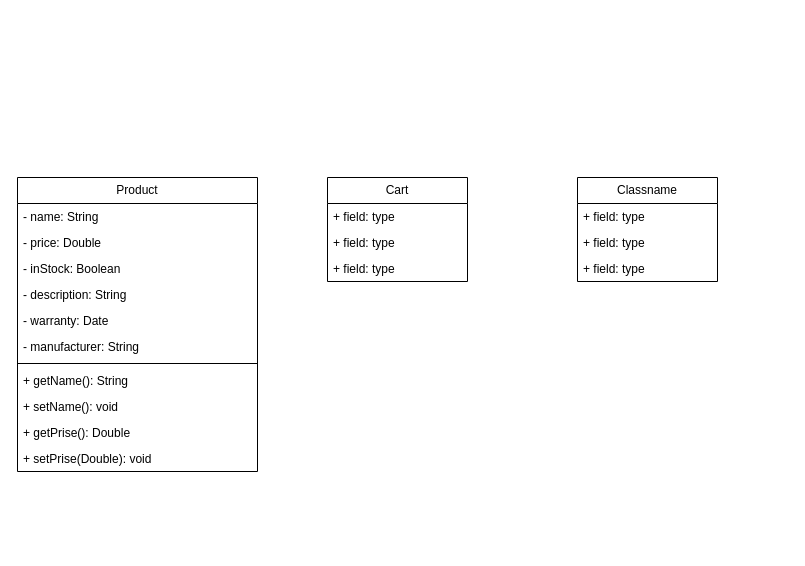
rkaznouski/wallet keeps this draw.io diagram as page "Page-2" (2 of 2) of Untitled Diagram.drawio. Above is the earlier version. Source tidied: cells renumbered, new cells numbered last; positions are measured from the earlier drawing's top-left corner, leaving out a move shared by most shapes. Both pictures are drawn from the tidied source at 100%, with x=0, y=0 at pixel (17, 177).
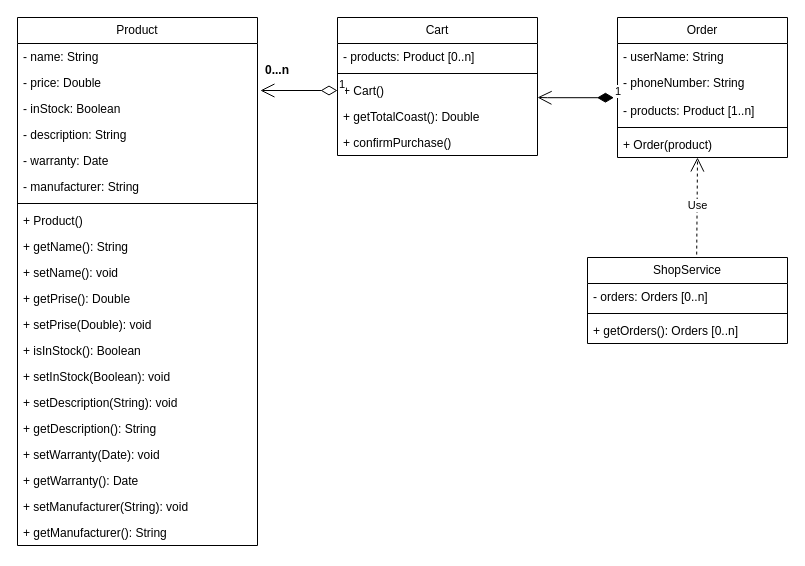
Above is the later version.

Unchanged cells that the change refers to:
```xml
<mxCell id="8" value="- price: Double" style="text;strokeColor=none;fillColor=none;align=left;verticalAlign=top;spacingLeft=4;spacingRight=4;overflow=hidden;points=[[0,0.5],[1,0.5]];portConstraint=eastwest;whiteSpace=wrap;html=1;" parent="6" vertex="1">
  <mxGeometry y="52" width="240" height="26" as="geometry" />
</mxCell>
```

Change to the diagram source:
```diff
@@
     <mxCell id="2" value="Cart" style="swimlane;fontStyle=0;horizontal=1;startSize=26;fillColor=none;whiteSpace=wrap;html=1;" parent="1" vertex="1">
-      <mxGeometry x="310" width="140" height="104" as="geometry" />
+      <mxGeometry x="320" y="-160" width="200" height="138" as="geometry" />
     </mxCell>
-    <mxCell id="3" value="+ field: type" style="text;strokeColor=none;fillColor=none;align=left;verticalAlign=top;spacingLeft=4;spacingRight=4;overflow=hidden;whiteSpace=wrap;html=1;" parent="2" vertex="1">
-      <mxGeometry y="26" width="140" height="26" as="geometry" />
+    <mxCell id="3" value="- products: Product [0..n]" style="text;strokeColor=none;fillColor=none;align=left;verticalAlign=top;spacingLeft=4;spacingRight=4;overflow=hidden;whiteSpace=wrap;html=1;" parent="2" vertex="1">
+      <mxGeometry y="26" width="200" height="26" as="geometry" />
     </mxCell>
+    <mxCell id="22" style="line;strokeWidth=1;fillColor=none;align=left;verticalAlign=middle;spacingTop=-1;spacingLeft=3;spacingRight=3;labelPosition=right;strokeColor=inherit;" parent="2" vertex="1">
+      <mxGeometry y="52" width="200" height="8" as="geometry" />
+    </mxCell>
-    <mxCell id="4" value="+ field: type" style="text;strokeColor=none;fillColor=none;align=left;verticalAlign=top;spacingLeft=4;spacingRight=4;overflow=hidden;points=[[0,0.5],[1,0.5]];portConstraint=eastwest;whiteSpace=wrap;html=1;" parent="2" vertex="1">
-      <mxGeometry y="52" width="140" height="26" as="geometry" />
+    <mxCell id="4" value="+ Cart()" style="text;strokeColor=none;fillColor=none;align=left;verticalAlign=top;spacingLeft=4;spacingRight=4;overflow=hidden;points=[[0,0.5],[1,0.5]];portConstraint=eastwest;whiteSpace=wrap;html=1;" parent="2" vertex="1">
+      <mxGeometry y="60" width="200" height="26" as="geometry" />
     </mxCell>
-    <mxCell id="5" value="+ field: type" style="text;strokeColor=none;fillColor=none;align=left;verticalAlign=top;spacingLeft=4;spacingRight=4;overflow=hidden;whiteSpace=wrap;html=1;" parent="2" vertex="1">
-      <mxGeometry y="78" width="140" height="26" as="geometry" />
+    <mxCell id="5" value="+ getTotalCoast(): Double" style="text;strokeColor=none;fillColor=none;align=left;verticalAlign=top;spacingLeft=4;spacingRight=4;overflow=hidden;whiteSpace=wrap;html=1;" parent="2" vertex="1">
+      <mxGeometry y="86" width="200" height="26" as="geometry" />
     </mxCell>
+    <mxCell id="23" value="+ confirmPurchase()" style="text;strokeColor=none;fillColor=none;align=left;verticalAlign=top;spacingLeft=4;spacingRight=4;overflow=hidden;whiteSpace=wrap;html=1;" parent="2" vertex="1">
+      <mxGeometry y="112" width="200" height="26" as="geometry" />
+    </mxCell>
     <mxCell id="6" value="Product" style="swimlane;fontStyle=0;horizontal=1;startSize=26;fillColor=none;whiteSpace=wrap;html=1;" parent="1" vertex="1">
-      <mxGeometry width="240" height="294" as="geometry" />
+      <mxGeometry y="-160" width="240" height="528" as="geometry" />
     </mxCell>
@@
+    <mxCell id="24" value="+ Product()" style="text;strokeColor=none;fillColor=none;align=left;verticalAlign=top;spacingLeft=4;spacingRight=4;overflow=hidden;whiteSpace=wrap;html=1;" parent="6" vertex="1">
+      <mxGeometry y="190" width="240" height="26" as="geometry" />
+    </mxCell>
     <mxCell id="14" value="+ getName(): String" style="text;strokeColor=none;fillColor=none;align=left;verticalAlign=top;spacingLeft=4;spacingRight=4;overflow=hidden;whiteSpace=wrap;html=1;" parent="6" vertex="1">
-      <mxGeometry y="190" width="240" height="26" as="geometry" />
+      <mxGeometry y="216" width="240" height="26" as="geometry" />
     </mxCell>
     <mxCell id="15" value="+ setName(): void" style="text;strokeColor=none;fillColor=none;align=left;verticalAlign=top;spacingLeft=4;spacingRight=4;overflow=hidden;whiteSpace=wrap;html=1;" parent="6" vertex="1">
-      <mxGeometry y="216" width="240" height="26" as="geometry" />
+      <mxGeometry y="242" width="240" height="26" as="geometry" />
     </mxCell>
     <mxCell id="16" value="+ getPrise(): Double" style="text;strokeColor=none;fillColor=none;align=left;verticalAlign=top;spacingLeft=4;spacingRight=4;overflow=hidden;whiteSpace=wrap;html=1;" parent="6" vertex="1">
-      <mxGeometry y="242" width="240" height="26" as="geometry" />
+      <mxGeometry y="268" width="240" height="26" as="geometry" />
     </mxCell>
     <mxCell id="17" value="+ setPrise(Double): void" style="text;strokeColor=none;fillColor=none;align=left;verticalAlign=top;spacingLeft=4;spacingRight=4;overflow=hidden;whiteSpace=wrap;html=1;" parent="6" vertex="1">
-      <mxGeometry y="268" width="240" height="26" as="geometry" />
+      <mxGeometry y="294" width="240" height="26" as="geometry" />
     </mxCell>
+    <mxCell id="25" value="+ isInStock(): Boolean" style="text;strokeColor=none;fillColor=none;align=left;verticalAlign=top;spacingLeft=4;spacingRight=4;overflow=hidden;whiteSpace=wrap;html=1;" parent="6" vertex="1">
+      <mxGeometry y="320" width="240" height="26" as="geometry" />
+    </mxCell>
+    <mxCell id="26" value="+ setInStock(Boolean): void" style="text;strokeColor=none;fillColor=none;align=left;verticalAlign=top;spacingLeft=4;spacingRight=4;overflow=hidden;whiteSpace=wrap;html=1;" parent="6" vertex="1">
+      <mxGeometry y="346" width="240" height="26" as="geometry" />
+    </mxCell>
+    <mxCell id="27" value="+ setDescription(String): void" style="text;strokeColor=none;fillColor=none;align=left;verticalAlign=top;spacingLeft=4;spacingRight=4;overflow=hidden;whiteSpace=wrap;html=1;" parent="6" vertex="1">
+      <mxGeometry y="372" width="240" height="26" as="geometry" />
+    </mxCell>
+    <mxCell id="28" value="+ getDescription(): String" style="text;strokeColor=none;fillColor=none;align=left;verticalAlign=top;spacingLeft=4;spacingRight=4;overflow=hidden;whiteSpace=wrap;html=1;" parent="6" vertex="1">
+      <mxGeometry y="398" width="240" height="26" as="geometry" />
+    </mxCell>
+    <mxCell id="29" value="+ setWarranty(Date): void" style="text;strokeColor=none;fillColor=none;align=left;verticalAlign=top;spacingLeft=4;spacingRight=4;overflow=hidden;whiteSpace=wrap;html=1;" parent="6" vertex="1">
+      <mxGeometry y="424" width="240" height="26" as="geometry" />
+    </mxCell>
+    <mxCell id="30" value="+ getWarranty(): Date" style="text;strokeColor=none;fillColor=none;align=left;verticalAlign=top;spacingLeft=4;spacingRight=4;overflow=hidden;whiteSpace=wrap;html=1;" parent="6" vertex="1">
+      <mxGeometry y="450" width="240" height="26" as="geometry" />
+    </mxCell>
+    <mxCell id="31" value="+ setManufacturer(String): void" style="text;strokeColor=none;fillColor=none;align=left;verticalAlign=top;spacingLeft=4;spacingRight=4;overflow=hidden;whiteSpace=wrap;html=1;" parent="6" vertex="1">
+      <mxGeometry y="476" width="240" height="26" as="geometry" />
+    </mxCell>
+    <mxCell id="32" value="+ getManufacturer(): String" style="text;strokeColor=none;fillColor=none;align=left;verticalAlign=top;spacingLeft=4;spacingRight=4;overflow=hidden;whiteSpace=wrap;html=1;" parent="6" vertex="1">
+      <mxGeometry y="502" width="240" height="26" as="geometry" />
+    </mxCell>
-    <mxCell id="18" value="Classname" style="swimlane;fontStyle=0;horizontal=1;startSize=26;fillColor=none;whiteSpace=wrap;html=1;" parent="1" vertex="1">
-      <mxGeometry x="560" width="140" height="104" as="geometry" />
+    <mxCell id="18" value="Order" style="swimlane;fontStyle=0;horizontal=1;startSize=26;fillColor=none;whiteSpace=wrap;html=1;" parent="1" vertex="1">
+      <mxGeometry x="600" y="-160" width="170" height="140" as="geometry" />
     </mxCell>
-    <mxCell id="19" value="+ field: type" style="text;strokeColor=none;fillColor=none;align=left;verticalAlign=top;spacingLeft=4;spacingRight=4;overflow=hidden;whiteSpace=wrap;html=1;" parent="18" vertex="1">
-      <mxGeometry y="26" width="140" height="26" as="geometry" />
+    <mxCell id="19" value="- userName: String" style="text;strokeColor=none;fillColor=none;align=left;verticalAlign=top;spacingLeft=4;spacingRight=4;overflow=hidden;whiteSpace=wrap;html=1;" parent="18" vertex="1">
+      <mxGeometry y="26" width="170" height="26" as="geometry" />
     </mxCell>
-    <mxCell id="20" value="+ field: type" style="text;strokeColor=none;fillColor=none;align=left;verticalAlign=top;spacingLeft=4;spacingRight=4;overflow=hidden;whiteSpace=wrap;html=1;" parent="18" vertex="1">
-      <mxGeometry y="52" width="140" height="26" as="geometry" />
+    <mxCell id="20" value="- phoneNumber: String" style="text;strokeColor=none;fillColor=none;align=left;verticalAlign=top;spacingLeft=4;spacingRight=4;overflow=hidden;whiteSpace=wrap;html=1;" parent="18" vertex="1">
+      <mxGeometry y="52" width="170" height="28" as="geometry" />
     </mxCell>
-    <mxCell id="21" value="+ field: type" style="text;strokeColor=none;fillColor=none;align=left;verticalAlign=top;spacingLeft=4;spacingRight=4;overflow=hidden;points=[[0,0.5],[1,0.5]];portConstraint=eastwest;whiteSpace=wrap;html=1;" parent="18" vertex="1">
-      <mxGeometry y="78" width="140" height="26" as="geometry" />
+    <mxCell id="21" value="- products: Product [1..n]" style="text;strokeColor=none;fillColor=none;align=left;verticalAlign=top;spacingLeft=4;spacingRight=4;overflow=hidden;points=[[0,0.5],[1,0.5]];portConstraint=eastwest;whiteSpace=wrap;html=1;" parent="18" vertex="1">
+      <mxGeometry y="80" width="170" height="26" as="geometry" />
     </mxCell>
+    <mxCell id="33" style="line;strokeWidth=1;fillColor=none;align=left;verticalAlign=middle;spacingTop=-1;spacingLeft=3;spacingRight=3;labelPosition=right;strokeColor=inherit;" parent="18" vertex="1">
+      <mxGeometry y="106" width="170" height="8" as="geometry" />
+    </mxCell>
+    <mxCell id="34" value="+ Order(product)" style="text;strokeColor=none;fillColor=none;align=left;verticalAlign=top;spacingLeft=4;spacingRight=4;overflow=hidden;whiteSpace=wrap;html=1;" parent="18" vertex="1">
+      <mxGeometry y="114" width="170" height="26" as="geometry" />
+    </mxCell>
+    <mxCell id="35" value="ShopService" style="swimlane;fontStyle=0;horizontal=1;startSize=26;fillColor=none;whiteSpace=wrap;html=1;" parent="1" vertex="1">
+      <mxGeometry x="570" y="80" width="200" height="86" as="geometry" />
+    </mxCell>
+    <mxCell id="36" value="- orders: Orders [0..n]" style="text;strokeColor=none;fillColor=none;align=left;verticalAlign=top;spacingLeft=4;spacingRight=4;overflow=hidden;whiteSpace=wrap;html=1;" parent="35" vertex="1">
+      <mxGeometry y="26" width="200" height="26" as="geometry" />
+    </mxCell>
+    <mxCell id="37" style="line;strokeWidth=1;fillColor=none;align=left;verticalAlign=middle;spacingTop=-1;spacingLeft=3;spacingRight=3;labelPosition=right;strokeColor=inherit;" parent="35" vertex="1">
+      <mxGeometry y="52" width="200" height="8" as="geometry" />
+    </mxCell>
+    <mxCell id="38" value="+ getOrders(): Orders [0..n]" style="text;strokeColor=none;fillColor=none;align=left;verticalAlign=top;spacingLeft=4;spacingRight=4;overflow=hidden;whiteSpace=wrap;html=1;" parent="35" vertex="1">
+      <mxGeometry y="60" width="200" height="26" as="geometry" />
+    </mxCell>
+    <mxCell id="39" value="1" style="endArrow=open;html=1;endSize=12;startArrow=diamondThin;startSize=14;startFill=1;edgeStyle=orthogonalEdgeStyle;align=left;verticalAlign=bottom;rounded=0;exitX=-0.021;exitY=0.008;exitDx=0;exitDy=0;exitPerimeter=0;" parent="1" edge="1" source="21">
+      <mxGeometry x="-1" y="3" relative="1" as="geometry">
+        <mxPoint x="520" y="-80" as="targetPoint" />
+        <Array as="points">
+          <mxPoint x="530" y="-80" />
+        </Array>
+      </mxGeometry>
+    </mxCell>
+    <mxCell id="40" value="1" style="endArrow=open;html=1;endSize=12;startArrow=diamondThin;startSize=14;startFill=0;edgeStyle=orthogonalEdgeStyle;align=left;verticalAlign=bottom;rounded=0;exitX=0;exitY=0.5;exitDx=0;exitDy=0;entryX=1.012;entryY=0.808;entryDx=0;entryDy=0;entryPerimeter=0;" parent="1" edge="1" source="4" target="8">
+      <mxGeometry x="-1" y="3" relative="1" as="geometry" />
+    </mxCell>
+    <mxCell id="41" value="&lt;b&gt;0...n&lt;/b&gt;" style="text;html=1;strokeColor=none;fillColor=none;align=center;verticalAlign=middle;whiteSpace=wrap;rounded=0;" parent="1" vertex="1">
+      <mxGeometry x="230" y="-122" width="60" height="30" as="geometry" />
+    </mxCell>
+    <mxCell id="42" value="Use" style="endArrow=open;endSize=12;dashed=1;html=1;rounded=0;exitX=0.546;exitY=-0.034;exitDx=0;exitDy=0;exitPerimeter=0;" parent="1" edge="1" source="35">
+      <mxGeometry relative="1" as="geometry">
+        <mxPoint x="680" y="-20" as="targetPoint" />
+      </mxGeometry>
+    </mxCell>
```
